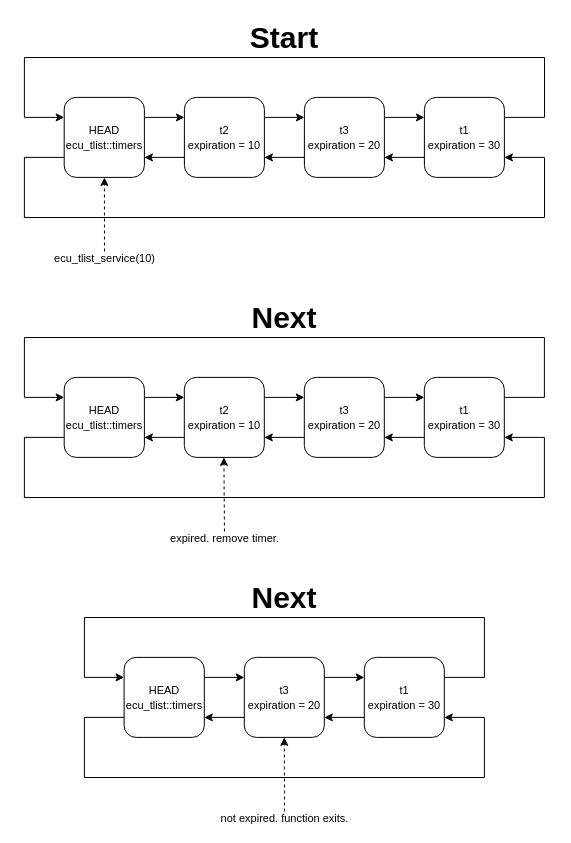
Before: page "tlist_service_order_n" (2 of 9) of doc/images/timer/timer.drawio in ress059/ecu, a draw.io diagram. Source tidied: cells renumbered, new cells numbered last; positions are measured from the earlier drawing's top-left corner, leaving out a move shared by most shapes. Both pictures are drawn from the tidied source at 100%, with x=0, y=0 at pixel (24, 17).
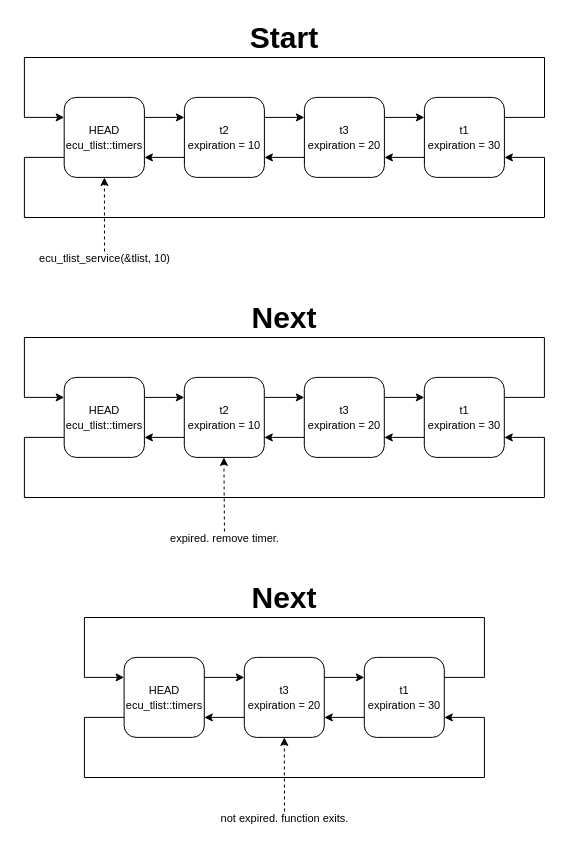
After the change.

Unchanged cells that the change refers to:
```xml
<mxCell id="15" style="endArrow=classic;html=1;rounded=0;dashed=1;" parent="1" edge="1">
  <mxGeometry relative="1" as="geometry">
    <mxPoint x="80" y="240" as="sourcePoint" />
    <mxPoint x="79.9" y="160" as="targetPoint" />
  </mxGeometry>
</mxCell>
```

What changed in the source:
```diff
@@
-    <mxCell id="16" value="ecu_tlist_service(10)" style="edgeLabel;html=1;align=center;verticalAlign=middle;" parent="15" vertex="1">
+    <mxCell id="16" value="ecu_tlist_service(&amp;amp;tlist, 10)" style="edgeLabel;html=1;align=center;verticalAlign=middle;" parent="15" vertex="1">
       <mxGeometry x="-0.62" y="2" relative="1" as="geometry">
         <mxPoint x="2" y="15" as="offset" />
       </mxGeometry>
     </mxCell>
```
